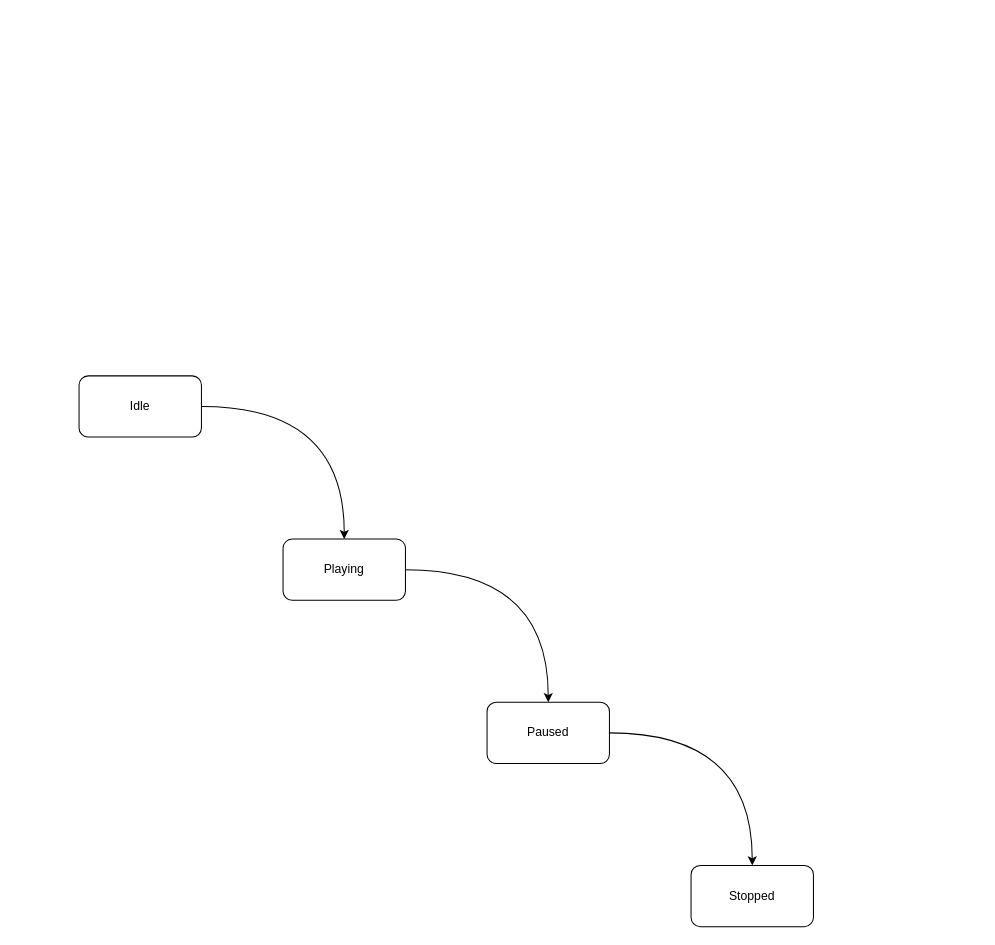
Earlier version of the draw.io diagram Untitled Diagram.drawio (felds/mocoto). Source tidied: cells renumbered, new cells numbered last; positions are measured from the earlier drawing's top-left corner, leaving out a move shared by most shapes. Both pictures are drawn from the tidied source at 102%, with x=0, y=0 at pixel (79, 375).
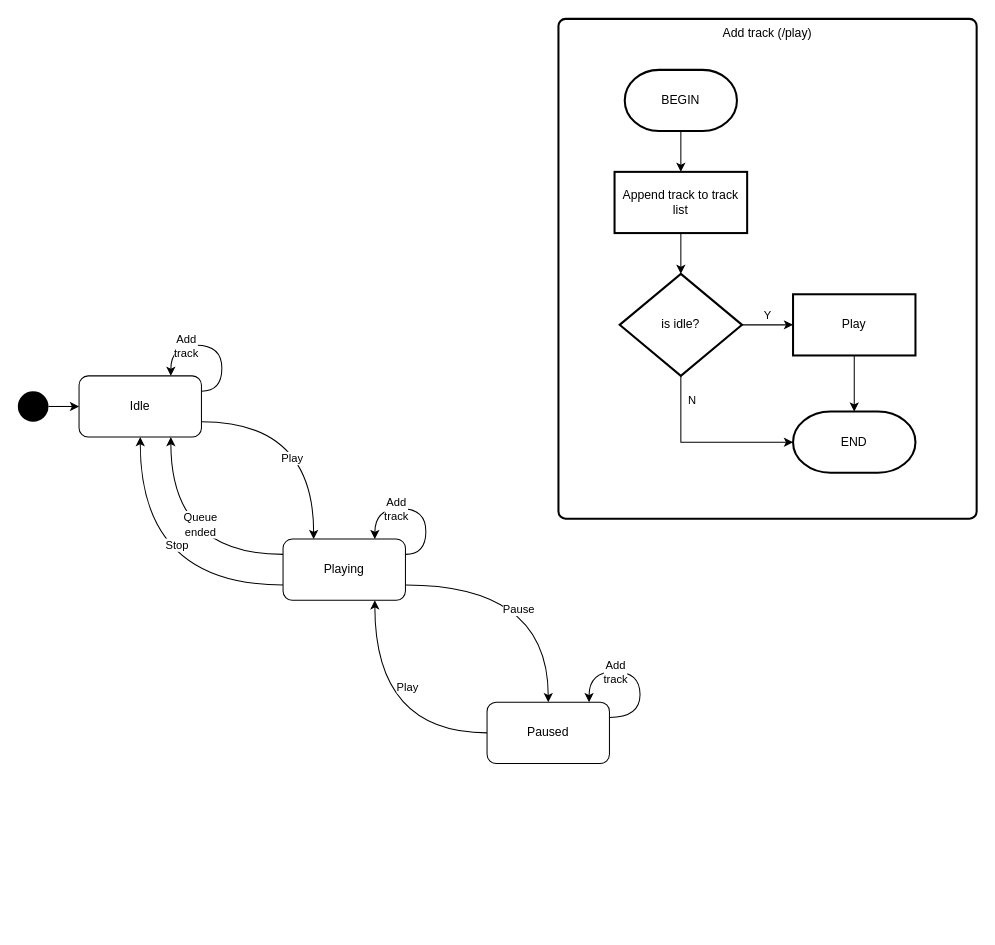
After the change.

Commit message:
State Machine

Unchanged cells that the change refers to:
```xml
<mxCell id="3" value="Paused" style="rounded=1;whiteSpace=wrap;html=1;" parent="1" vertex="1">
  <mxGeometry x="400" y="320" width="120" height="60" as="geometry" />
</mxCell>
<mxCell id="5" value="Idle" style="rounded=1;whiteSpace=wrap;html=1;" parent="1" vertex="1">
  <mxGeometry width="120" height="60" as="geometry" />
</mxCell>
<mxCell id="7" value="Playing" style="rounded=1;whiteSpace=wrap;html=1;" parent="1" vertex="1">
  <mxGeometry x="200" y="160" width="120" height="60" as="geometry" />
</mxCell>
```

The edit, as a diff of the source:
```diff
@@
-    <mxCell id="2" style="edgeStyle=orthogonalEdgeStyle;curved=1;rounded=0;jettySize=auto;html=1;exitX=1;exitY=0.5;exitDx=0;exitDy=0;entryX=0.5;entryY=0;entryDx=0;entryDy=0;" parent="1" edge="1" source="3" target="8">
-      <mxGeometry relative="1" as="geometry" />
-    </mxCell>
+    <mxCell id="9" style="edgeStyle=orthogonalEdgeStyle;curved=1;rounded=0;jettySize=auto;html=1;exitX=0;exitY=0.5;exitDx=0;exitDy=0;entryX=0.75;entryY=1;entryDx=0;entryDy=0;" parent="1" edge="1" source="3" target="7">
+      <mxGeometry relative="1" as="geometry" />
+    </mxCell>
+    <mxCell id="10" value="Play" style="edgeLabel;html=1;align=center;verticalAlign=middle;" parent="9" vertex="1">
+      <mxGeometry x="0.3" y="-31" relative="1" as="geometry" />
+    </mxCell>
@@
-    <mxCell id="4" style="edgeStyle=orthogonalEdgeStyle;curved=1;rounded=0;jettySize=auto;html=1;exitX=1;exitY=0.5;exitDx=0;exitDy=0;entryX=0.5;entryY=0;entryDx=0;entryDy=0;" parent="1" edge="1" source="5" target="7">
-      <mxGeometry relative="1" as="geometry" />
+    <mxCell id="4" style="edgeStyle=orthogonalEdgeStyle;curved=1;rounded=0;orthogonalLoop=1;jettySize=auto;html=1;exitX=1;exitY=0.25;exitDx=0;exitDy=0;entryX=0.75;entryY=0;entryDx=0;entryDy=0;" parent="1" edge="1" source="5" target="5">
+      <mxGeometry relative="1" as="geometry">
+        <Array as="points">
+          <mxPoint x="140" y="15" />
+          <mxPoint x="140" y="-30" />
+          <mxPoint x="90" y="-30" />
+        </Array>
+      </mxGeometry>
     </mxCell>
+    <mxCell id="11" value="Add&lt;br&gt;track" style="edgeLabel;html=1;align=center;verticalAlign=middle;" parent="4" vertex="1">
+      <mxGeometry x="0.3" y="-32" relative="1" as="geometry">
+        <mxPoint x="-7" y="32" as="offset" />
+      </mxGeometry>
+    </mxCell>
+    <mxCell id="12" style="edgeStyle=orthogonalEdgeStyle;curved=1;rounded=0;jettySize=auto;html=1;exitX=1;exitY=0.75;exitDx=0;exitDy=0;entryX=0.25;entryY=0;entryDx=0;entryDy=0;" parent="1" edge="1" source="5" target="7">
+      <mxGeometry relative="1" as="geometry" />
+    </mxCell>
+    <mxCell id="13" value="Play" style="edgeLabel;html=1;align=center;verticalAlign=middle;" parent="12" vertex="1">
+      <mxGeometry x="0.29" y="-22" relative="1" as="geometry" />
+    </mxCell>
@@
-    <mxCell id="6" style="edgeStyle=orthogonalEdgeStyle;curved=1;rounded=0;jettySize=auto;html=1;exitX=1;exitY=0.5;exitDx=0;exitDy=0;entryX=0.5;entryY=0;entryDx=0;entryDy=0;" parent="1" edge="1" source="7" target="3">
+    <mxCell id="6" style="edgeStyle=orthogonalEdgeStyle;curved=1;rounded=0;jettySize=auto;html=1;exitX=1;exitY=0.75;exitDx=0;exitDy=0;entryX=0.5;entryY=0;entryDx=0;entryDy=0;" parent="1" edge="1" source="7" target="3">
       <mxGeometry relative="1" as="geometry" />
     </mxCell>
+    <mxCell id="14" value="Pause" style="edgeLabel;html=1;align=center;verticalAlign=middle;" parent="6" vertex="1">
+      <mxGeometry x="0.28" y="-30" relative="1" as="geometry" />
+    </mxCell>
+    <mxCell id="15" style="edgeStyle=orthogonalEdgeStyle;curved=1;rounded=0;jettySize=auto;html=1;exitX=0;exitY=0.25;exitDx=0;exitDy=0;entryX=0.75;entryY=1;entryDx=0;entryDy=0;" parent="1" edge="1" source="7" target="5">
+      <mxGeometry relative="1" as="geometry">
+        <Array as="points">
+          <mxPoint x="90" y="175" />
+        </Array>
+      </mxGeometry>
+    </mxCell>
+    <mxCell id="16" value="Queue&lt;br&gt;ended" style="edgeLabel;html=1;align=center;verticalAlign=middle;" parent="15" vertex="1">
+      <mxGeometry x="0.24" y="-28" relative="1" as="geometry" />
+    </mxCell>
+    <mxCell id="17" style="edgeStyle=orthogonalEdgeStyle;curved=1;rounded=0;jettySize=auto;html=1;entryX=0.5;entryY=1;entryDx=0;entryDy=0;exitX=0;exitY=0.75;exitDx=0;exitDy=0;" parent="1" edge="1" source="7" target="5">
+      <mxGeometry relative="1" as="geometry" />
+    </mxCell>
+    <mxCell id="18" value="Stop" style="edgeLabel;html=1;align=center;verticalAlign=middle;" parent="17" vertex="1">
+      <mxGeometry x="0.26" y="-35" relative="1" as="geometry" />
+    </mxCell>
@@
-    <mxCell id="8" value="Stopped" style="rounded=1;whiteSpace=wrap;html=1;" parent="1" vertex="1">
-      <mxGeometry x="600" y="480" width="120" height="60" as="geometry" />
-    </mxCell>
+    <mxCell id="19" style="edgeStyle=orthogonalEdgeStyle;curved=1;rounded=0;jettySize=auto;html=1;exitX=1;exitY=0.5;exitDx=0;exitDy=0;entryX=0;entryY=0.5;entryDx=0;entryDy=0;" parent="1" edge="1" source="20" target="5">
+      <mxGeometry relative="1" as="geometry" />
+    </mxCell>
+    <mxCell id="20" style="ellipse;fillColor=#000000;strokeColor=none;" parent="1" vertex="1">
+      <mxGeometry x="-60" y="15" width="30" height="30" as="geometry" />
+    </mxCell>
+    <mxCell id="21" style="edgeStyle=orthogonalEdgeStyle;curved=1;rounded=0;orthogonalLoop=1;jettySize=auto;html=1;exitX=1;exitY=0.25;exitDx=0;exitDy=0;entryX=0.75;entryY=0;entryDx=0;entryDy=0;" parent="1" edge="1" source="7" target="7">
+      <mxGeometry relative="1" as="geometry">
+        <Array as="points">
+          <mxPoint x="340" y="175" />
+          <mxPoint x="340" y="130" />
+          <mxPoint x="290" y="130" />
+        </Array>
+      </mxGeometry>
+    </mxCell>
+    <mxCell id="22" value="Add&lt;br&gt;track" style="edgeLabel;html=1;align=center;verticalAlign=middle;" parent="21" vertex="1">
+      <mxGeometry x="0.03" y="5" relative="1" as="geometry">
+        <mxPoint x="-20" y="-5" as="offset" />
+      </mxGeometry>
+    </mxCell>
+    <mxCell id="23" style="edgeStyle=orthogonalEdgeStyle;curved=1;rounded=0;jettySize=auto;html=1;exitX=1;exitY=0.25;exitDx=0;exitDy=0;" parent="1" edge="1" source="3">
+      <mxGeometry relative="1" as="geometry">
+        <mxPoint x="500" y="320" as="targetPoint" />
+        <Array as="points">
+          <mxPoint x="550" y="335" />
+          <mxPoint x="550" y="290" />
+          <mxPoint x="500" y="290" />
+        </Array>
+      </mxGeometry>
+    </mxCell>
+    <mxCell id="24" value="Add&lt;br&gt;track" style="edgeLabel;html=1;align=center;verticalAlign=middle;" parent="23" vertex="1">
+      <mxGeometry x="0.03" y="5" relative="1" as="geometry">
+        <mxPoint x="-20" y="-5" as="offset" />
+      </mxGeometry>
+    </mxCell>
+    <mxCell id="25" style="group;" parent="1" vertex="1">
+      <mxGeometry x="470" y="-350" width="410" height="490" as="geometry" />
+    </mxCell>
+    <mxCell id="26" value="Add track (/play)" style="rounded=1;whiteSpace=wrap;html=1;absoluteArcSize=1;arcSize=14;strokeWidth=2;verticalAlign=top;align=center;" parent="25" vertex="1">
+      <mxGeometry width="410" height="490" as="geometry" />
+    </mxCell>
+    <mxCell id="27" value="BEGIN" style="strokeWidth=2;html=1;shape=mxgraph.flowchart.terminator;whiteSpace=wrap;" parent="25" vertex="1">
+      <mxGeometry x="65" y="50" width="110" height="60" as="geometry" />
+    </mxCell>
+    <mxCell id="28" value="is idle?" style="strokeWidth=2;html=1;shape=mxgraph.flowchart.decision;whiteSpace=wrap;" parent="25" vertex="1">
+      <mxGeometry x="60" y="250" width="120" height="100" as="geometry" />
+    </mxCell>
+    <mxCell id="29" style="edgeStyle=orthogonalEdgeStyle;curved=1;rounded=0;jettySize=auto;html=1;exitX=0.5;exitY=1;exitDx=0;exitDy=0;entryX=0.5;entryY=0;entryDx=0;entryDy=0;entryPerimeter=0;" parent="25" edge="1" source="30" target="28">
+      <mxGeometry relative="1" as="geometry" />
+    </mxCell>
+    <mxCell id="30" value="Append track to track list" style="rounded=0;whiteSpace=wrap;html=1;absoluteArcSize=1;arcSize=14;strokeWidth=2;" parent="25" vertex="1">
+      <mxGeometry x="55" y="150" width="130" height="60" as="geometry" />
+    </mxCell>
+    <mxCell id="31" style="edgeStyle=orthogonalEdgeStyle;curved=1;rounded=0;jettySize=auto;html=1;exitX=0.5;exitY=1;exitDx=0;exitDy=0;exitPerimeter=0;entryX=0.5;entryY=0;entryDx=0;entryDy=0;" parent="25" edge="1" source="27" target="30">
+      <mxGeometry relative="1" as="geometry" />
+    </mxCell>
+    <mxCell id="32" value="Play" style="whiteSpace=wrap;html=1;strokeWidth=2;" parent="25" vertex="1">
+      <mxGeometry x="230" y="270" width="120" height="60" as="geometry" />
+    </mxCell>
+    <mxCell id="33" value="Y" style="edgeStyle=orthogonalEdgeStyle;curved=1;rounded=0;jettySize=auto;html=1;sketch=0;verticalAlign=bottom;horizontal=1;" parent="25" edge="1" source="28" target="32">
+      <mxGeometry relative="1" as="geometry" />
+    </mxCell>
+    <mxCell id="34" value="END" style="strokeWidth=2;html=1;shape=mxgraph.flowchart.terminator;whiteSpace=wrap;rounded=0;" parent="25" vertex="1">
+      <mxGeometry x="230" y="385" width="120" height="60" as="geometry" />
+    </mxCell>
+    <mxCell id="35" style="edgeStyle=orthogonalEdgeStyle;rounded=0;sketch=0;jettySize=auto;html=1;exitX=0.5;exitY=1;exitDx=0;exitDy=0;exitPerimeter=0;entryX=0;entryY=0.5;entryDx=0;entryDy=0;entryPerimeter=0;verticalAlign=bottom;" parent="25" edge="1" source="28" target="34">
+      <mxGeometry relative="1" as="geometry" />
+    </mxCell>
+    <mxCell id="36" value="N" style="edgeLabel;html=1;align=center;verticalAlign=middle;" parent="35" vertex="1">
+      <mxGeometry x="-0.69" relative="1" as="geometry">
+        <mxPoint x="10" y="-4" as="offset" />
+      </mxGeometry>
+    </mxCell>
+    <mxCell id="37" style="edgeStyle=orthogonalEdgeStyle;rounded=0;sketch=0;jettySize=auto;html=1;exitX=0.5;exitY=1;exitDx=0;exitDy=0;entryX=0.5;entryY=0;entryDx=0;entryDy=0;entryPerimeter=0;verticalAlign=bottom;" parent="25" edge="1" source="32" target="34">
+      <mxGeometry relative="1" as="geometry" />
+    </mxCell>
```
